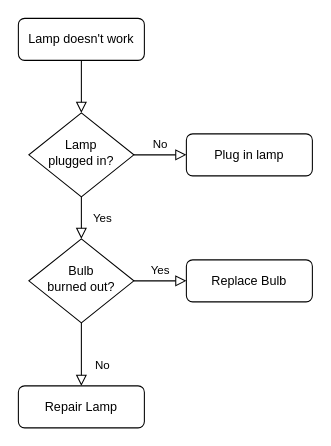
Earlier version of the draw.io diagram trigger_action.drawio (2pc/mydrawio). Source tidied: cells renumbered, new cells numbered last; positions are measured from the earlier drawing's top-left corner, leaving out a move shared by most shapes. Both pictures are drawn from the tidied source at 105%, with x=0, y=0 at pixel (18, 18).
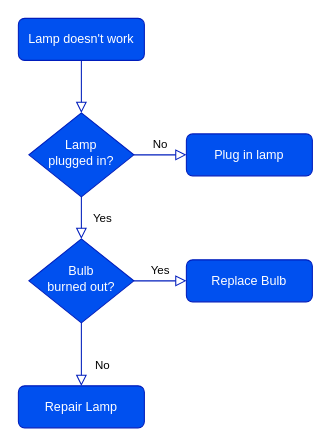
The same diagram, later.

Diff of the diagram source:
```diff
@@
 <mxGraphModel>
   <root>
     <mxCell id="0" />
     <mxCell id="1" parent="0" />
-    <mxCell id="2" style="rounded=0;html=1;jettySize=auto;fontSize=11;endArrow=block;endFill=0;endSize=8;strokeWidth=1;shadow=0;labelBackgroundColor=none;edgeStyle=orthogonalEdgeStyle;" parent="1" edge="1" source="3" target="6">
+    <mxCell id="2" style="rounded=0;html=1;jettySize=auto;fontSize=11;endArrow=block;endFill=0;endSize=8;strokeWidth=1;shadow=0;labelBackgroundColor=none;edgeStyle=orthogonalEdgeStyle;fillColor=#0050ef;strokeColor=#001DBC;" parent="1" edge="1" source="3" target="6">
       <mxGeometry relative="1" as="geometry" />
     </mxCell>
-    <mxCell id="3" value="Lamp doesn't work" style="rounded=1;whiteSpace=wrap;html=1;fontSize=12;glass=0;strokeWidth=1;shadow=0;" parent="1" vertex="1">
+    <mxCell id="3" value="Lamp doesn't work" style="rounded=1;whiteSpace=wrap;html=1;fontSize=12;glass=0;strokeWidth=1;shadow=0;fillColor=#0050ef;strokeColor=#001DBC;fontColor=#ffffff;" parent="1" vertex="1">
       <mxGeometry width="120" height="40" as="geometry" />
     </mxCell>
-    <mxCell id="4" value="Yes" style="rounded=0;html=1;jettySize=auto;fontSize=11;endArrow=block;endFill=0;endSize=8;strokeWidth=1;shadow=0;labelBackgroundColor=none;edgeStyle=orthogonalEdgeStyle;" parent="1" edge="1" source="6" target="10">
+    <mxCell id="4" value="Yes" style="rounded=0;html=1;jettySize=auto;fontSize=11;endArrow=block;endFill=0;endSize=8;strokeWidth=1;shadow=0;labelBackgroundColor=none;edgeStyle=orthogonalEdgeStyle;fillColor=#0050ef;strokeColor=#001DBC;" parent="1" edge="1" source="6" target="10">
       <mxGeometry y="20" relative="1" as="geometry" />
     </mxCell>
-    <mxCell id="5" value="No" style="edgeStyle=orthogonalEdgeStyle;rounded=0;html=1;jettySize=auto;fontSize=11;endArrow=block;endFill=0;endSize=8;strokeWidth=1;shadow=0;labelBackgroundColor=none;" parent="1" edge="1" source="6" target="7">
+    <mxCell id="5" value="No" style="edgeStyle=orthogonalEdgeStyle;rounded=0;html=1;jettySize=auto;fontSize=11;endArrow=block;endFill=0;endSize=8;strokeWidth=1;shadow=0;labelBackgroundColor=none;fillColor=#0050ef;strokeColor=#001DBC;" parent="1" edge="1" source="6" target="7">
       <mxGeometry y="10" relative="1" as="geometry" />
     </mxCell>
-    <mxCell id="6" value="Lamp&lt;br&gt;plugged in?" style="rhombus;whiteSpace=wrap;html=1;shadow=0;fontFamily=Helvetica;fontSize=12;align=center;strokeWidth=1;spacing=6;spacingTop=-4;" parent="1" vertex="1">
+    <mxCell id="6" value="Lamp&lt;br&gt;plugged in?" style="rhombus;whiteSpace=wrap;html=1;shadow=0;fontFamily=Helvetica;fontSize=12;align=center;strokeWidth=1;spacing=6;spacingTop=-4;fillColor=#0050ef;strokeColor=#001DBC;fontColor=#ffffff;" parent="1" vertex="1">
       <mxGeometry x="10" y="90" width="100" height="80" as="geometry" />
     </mxCell>
-    <mxCell id="7" value="Plug in lamp" style="rounded=1;whiteSpace=wrap;html=1;fontSize=12;glass=0;strokeWidth=1;shadow=0;" parent="1" vertex="1">
+    <mxCell id="7" value="Plug in lamp" style="rounded=1;whiteSpace=wrap;html=1;fontSize=12;glass=0;strokeWidth=1;shadow=0;fillColor=#0050ef;strokeColor=#001DBC;fontColor=#ffffff;" parent="1" vertex="1">
       <mxGeometry x="160" y="110" width="120" height="40" as="geometry" />
     </mxCell>
-    <mxCell id="8" value="No" style="rounded=0;html=1;jettySize=auto;fontSize=11;endArrow=block;endFill=0;endSize=8;strokeWidth=1;shadow=0;labelBackgroundColor=none;edgeStyle=orthogonalEdgeStyle;" parent="1" edge="1" source="10" target="11">
+    <mxCell id="8" value="No" style="rounded=0;html=1;jettySize=auto;fontSize=11;endArrow=block;endFill=0;endSize=8;strokeWidth=1;shadow=0;labelBackgroundColor=none;edgeStyle=orthogonalEdgeStyle;fillColor=#0050ef;strokeColor=#001DBC;" parent="1" edge="1" source="10" target="11">
       <mxGeometry x="0.33" y="20" relative="1" as="geometry" />
     </mxCell>
-    <mxCell id="9" value="Yes" style="edgeStyle=orthogonalEdgeStyle;rounded=0;html=1;jettySize=auto;fontSize=11;endArrow=block;endFill=0;endSize=8;strokeWidth=1;shadow=0;labelBackgroundColor=none;" parent="1" edge="1" source="10" target="12">
+    <mxCell id="9" value="Yes" style="edgeStyle=orthogonalEdgeStyle;rounded=0;html=1;jettySize=auto;fontSize=11;endArrow=block;endFill=0;endSize=8;strokeWidth=1;shadow=0;labelBackgroundColor=none;fillColor=#0050ef;strokeColor=#001DBC;" parent="1" edge="1" source="10" target="12">
       <mxGeometry y="10" relative="1" as="geometry" />
     </mxCell>
-    <mxCell id="10" value="Bulb&lt;br&gt;burned out?" style="rhombus;whiteSpace=wrap;html=1;shadow=0;fontFamily=Helvetica;fontSize=12;align=center;strokeWidth=1;spacing=6;spacingTop=-4;" parent="1" vertex="1">
+    <mxCell id="10" value="Bulb&lt;br&gt;burned out?" style="rhombus;whiteSpace=wrap;html=1;shadow=0;fontFamily=Helvetica;fontSize=12;align=center;strokeWidth=1;spacing=6;spacingTop=-4;fillColor=#0050ef;strokeColor=#001DBC;fontColor=#ffffff;" parent="1" vertex="1">
       <mxGeometry x="10" y="210" width="100" height="80" as="geometry" />
     </mxCell>
-    <mxCell id="11" value="Repair Lamp" style="rounded=1;whiteSpace=wrap;html=1;fontSize=12;glass=0;strokeWidth=1;shadow=0;" parent="1" vertex="1">
+    <mxCell id="11" value="Repair Lamp" style="rounded=1;whiteSpace=wrap;html=1;fontSize=12;glass=0;strokeWidth=1;shadow=0;fillColor=#0050ef;strokeColor=#001DBC;fontColor=#ffffff;" parent="1" vertex="1">
       <mxGeometry y="350" width="120" height="40" as="geometry" />
     </mxCell>
-    <mxCell id="12" value="Replace Bulb" style="rounded=1;whiteSpace=wrap;html=1;fontSize=12;glass=0;strokeWidth=1;shadow=0;" parent="1" vertex="1">
+    <mxCell id="12" value="Replace Bulb" style="rounded=1;whiteSpace=wrap;html=1;fontSize=12;glass=0;strokeWidth=1;shadow=0;fillColor=#0050ef;strokeColor=#001DBC;fontColor=#ffffff;" parent="1" vertex="1">
       <mxGeometry x="160" y="230" width="120" height="40" as="geometry" />
     </mxCell>
   </root>
 </mxGraphModel>
```
